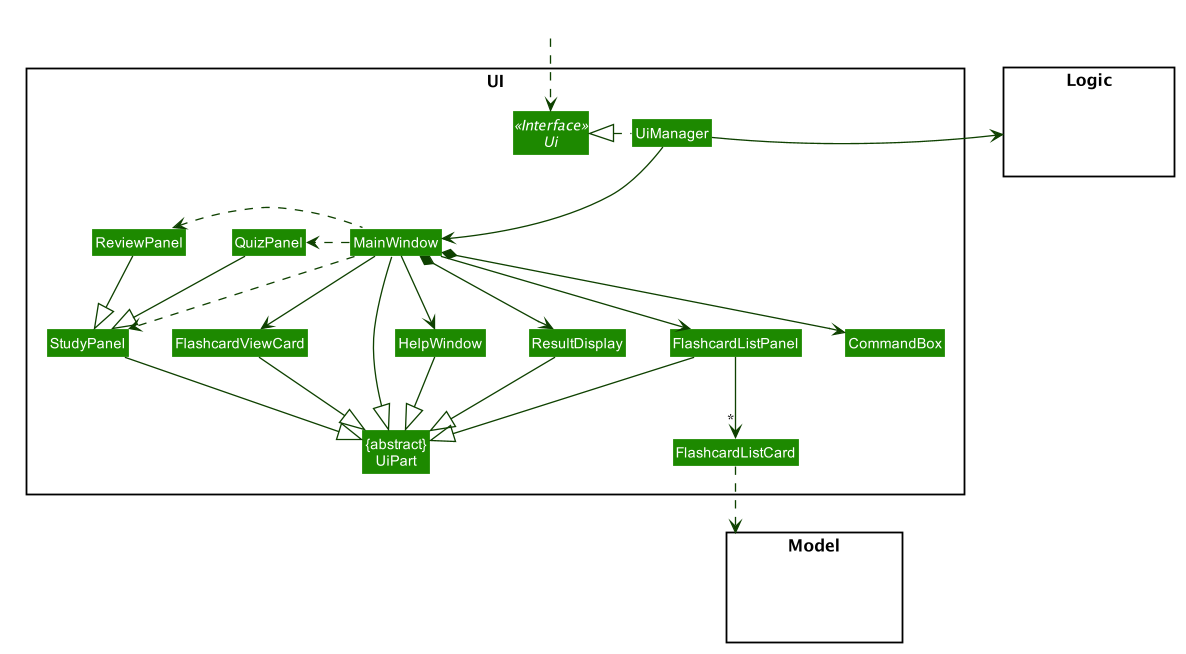
This is docs/images/UiClassDiagram.png from nus-cs2103-AY2021S1/tp, a PlantUML export, as it was before one commit.
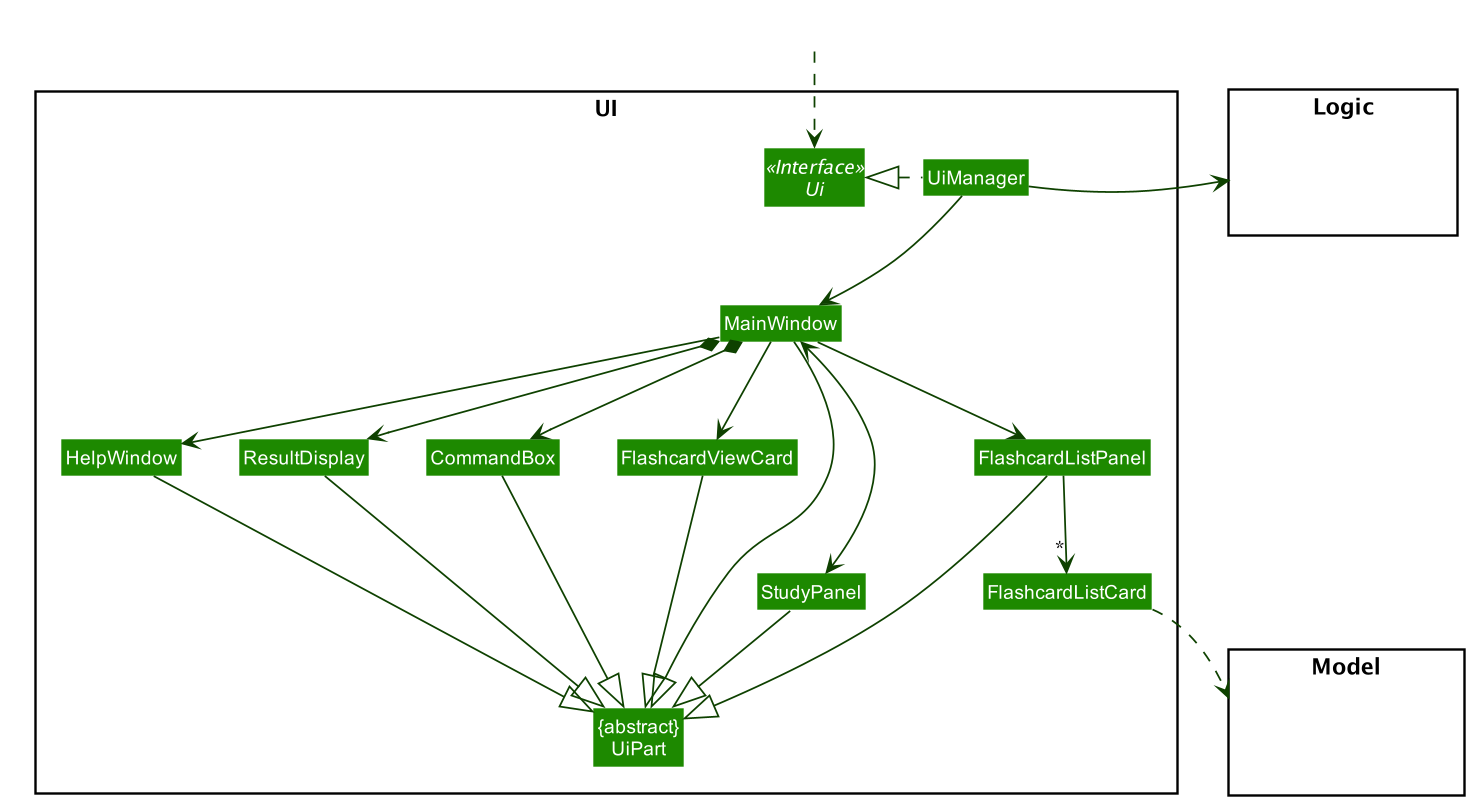
After the commit.

Commit message:
Fix UI Class Diagram

The edit, as a diff of the source:
```diff
@@ -63,8 +63,6 @@
 Class FlashcardListCard
 Class FlashcardViewCard
 Class StudyPanel
-Class ReviewPanel
-Class QuizPanel
 
 }
 
@@ -88,25 +86,21 @@
 FlashcardListPanel -down-> "*" FlashcardListCard
 MainWindow -down-> FlashcardViewCard
 MainWindow -down-> HelpWindow
-MainWindow -right..> StudyPanel
-MainWindow -left..> ReviewPanel
-MainWindow -right..> QuizPanel
-
-QuizPanel -down-|> StudyPanel
-ReviewPanel -down-|> StudyPanel
+MainWindow <---> StudyPanel
 
 HelpWindow --|> UiPart
 ResultDisplay --|> UiPart
 FlashcardListPanel --|> UiPart
 FlashcardViewCard --|> UiPart
 StudyPanel --|> UiPart
-MainWindow -right-|> UiPart
+CommandBox --|> UiPart
+MainWindow -down-|> UiPart
 
 FlashcardListCard ..> Model
 
-StudyPanel -[hidden]right-> FlashcardListPanel
-HelpWindow -[hidden]left-> FlashcardListPanel
+
+CommandBox -[hidden]left-> ResultDisplay
 ResultDisplay -[hidden]left-> HelpWindow
-FlashcardViewCard -[hidden]right-> FlashcardListPanel
-StudyPanel -[hidden]left-> ResultDisplay
+FlashcardListPanel -[hidden]left-> FlashcardViewCard
+
 @enduml
```
